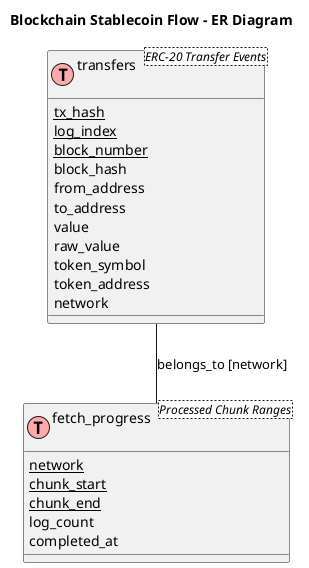
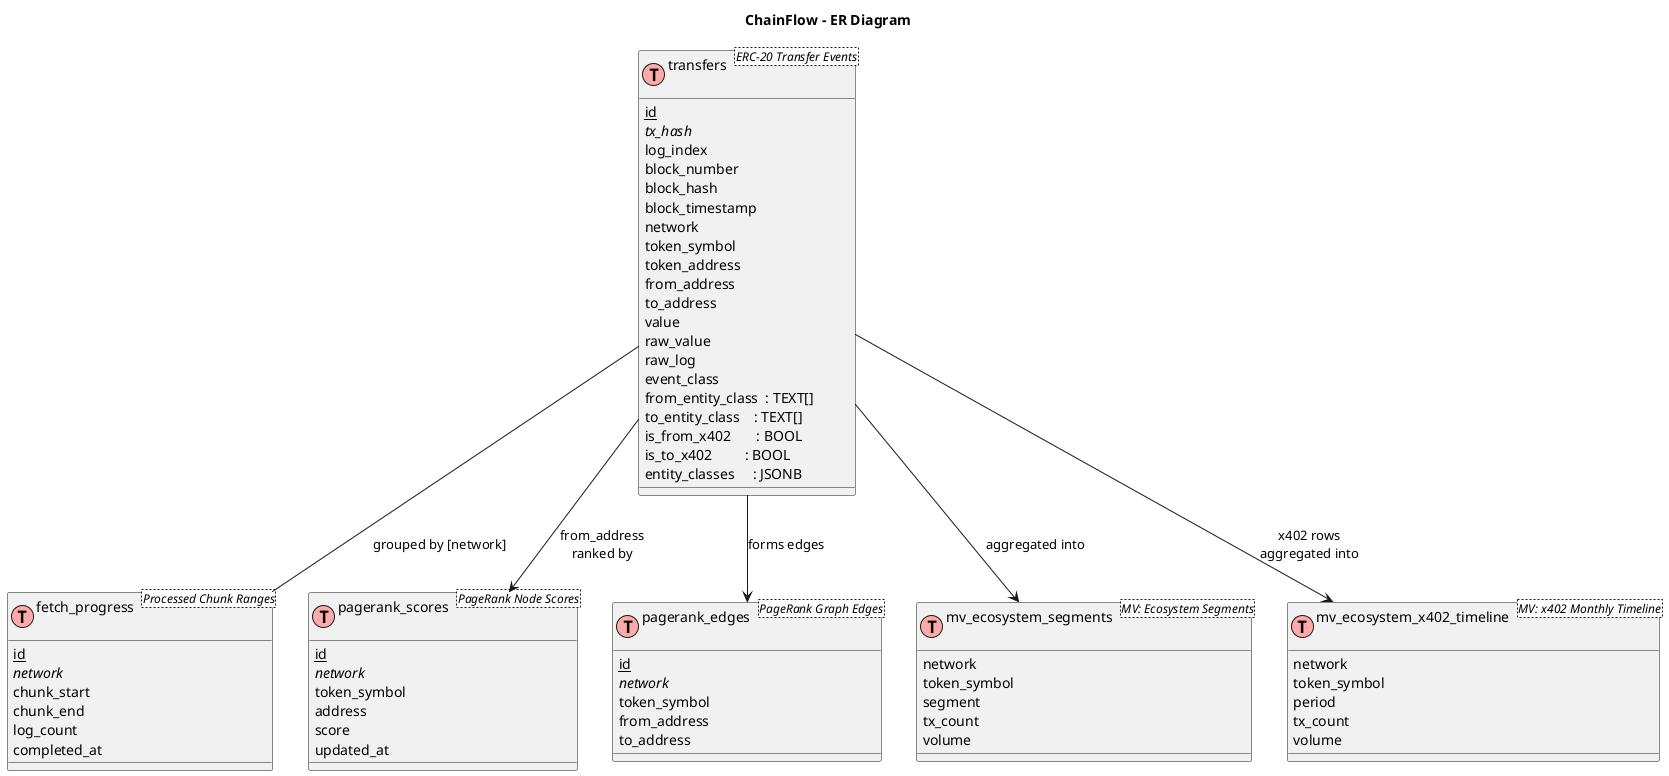
@startuml
- title Blockchain Stablecoin Flow - ER Diagram
+ title ChainFlow - ER Diagram

!define Table(name,desc) class name as "name\n<desc>" << (T,#FFAAAA) >>
!define PK(field) <u>field</u>
+ !define FK(field) <i>field</i>

- ' Tables
+ ' Core tables
Table(transfers, "ERC-20 Transfer Events") {
-     PK(tx_hash)
-     PK(log_index)
-     PK(block_number)
+     PK(id)
+     FK(tx_hash)
+     log_index
+     block_number
    block_hash
+     block_timestamp
+     network
+     token_symbol
+     token_address
    from_address
    to_address
    value
    raw_value
-     token_symbol
-     token_address
-     network
+     raw_log
+     event_class
+     from_entity_class  : TEXT[]
+     to_entity_class    : TEXT[]
+     is_from_x402       : BOOL
+     is_to_x402         : BOOL
+     entity_classes     : JSONB
}

Table(fetch_progress, "Processed Chunk Ranges") {
-     PK(network)
-     PK(chunk_start)
-     PK(chunk_end)
+     PK(id)
+     FK(network)
+     chunk_start
+     chunk_end
    log_count
    completed_at
}

+ Table(pagerank_scores, "PageRank Node Scores") {
+     PK(id)
+     FK(network)
+     token_symbol
+     address
+     score
+     updated_at
+ }
+ 
+ Table(pagerank_edges, "PageRank Graph Edges") {
+     PK(id)
+     FK(network)
+     token_symbol
+     from_address
+     to_address
+ }
+ 
+ ' Materialized Views
+ Table(mv_ecosystem_segments, "MV: Ecosystem Segments") {
+     network
+     token_symbol
+     segment
+     tx_count
+     volume
+ }
+ 
+ Table(mv_ecosystem_x402_timeline, "MV: x402 Monthly Timeline") {
+     network
+     token_symbol
+     period
+     tx_count
+     volume
+ }
+ 
' Relationships
- transfers -- fetch_progress : belongs_to [network]
+ transfers -- fetch_progress : "grouped by [network]"
+ transfers --> pagerank_scores : "from_address\nranked by"
+ transfers --> pagerank_edges : "forms edges"
+ transfers --> mv_ecosystem_segments : "aggregated into"
+ transfers --> mv_ecosystem_x402_timeline : "x402 rows\naggregated into"

- @enduml+ @enduml
